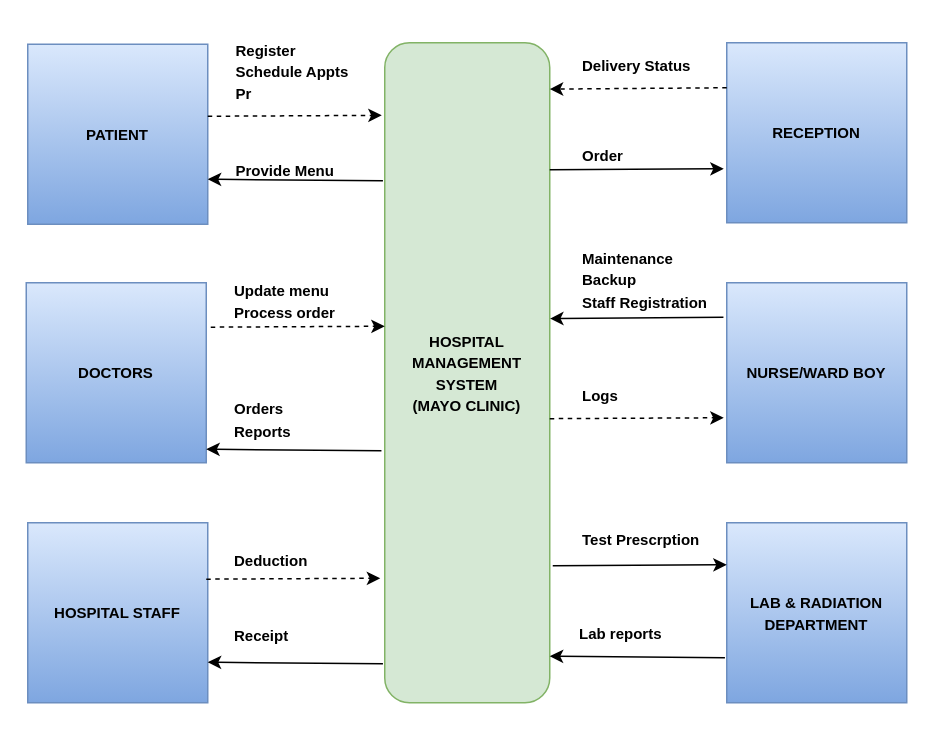
This is page "Context Diagram" (3 of 7) of HMS.drawio from ysebega/ysebega, a draw.io file, before an edit. Source tidied: cells renumbered, new cells numbered last; positions are measured from the earlier drawing's top-left corner, leaving out a move shared by most shapes. Both pictures are drawn from the tidied source at 150%, with x=0, y=0 at pixel (26, 26).
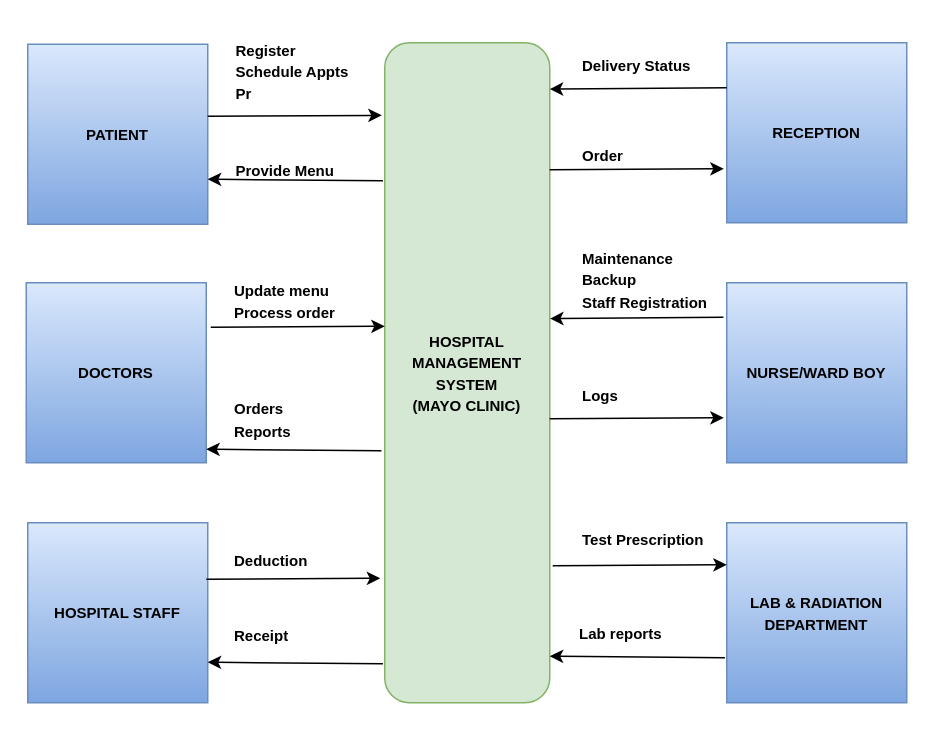
The same diagram, later.

The change refers to these unchanged cells:
```xml
<mxCell id="5" value="&lt;b&gt;&lt;font style=&quot;font-size: 10px;&quot;&gt;RECEPTION&lt;/font&gt;&lt;/b&gt;" style="whiteSpace=wrap;html=1;fillColor=#dae8fc;gradientColor=#7ea6e0;strokeColor=#6c8ebf;" parent="1" vertex="1">
  <mxGeometry x="467" y="11" width="120" height="120" as="geometry" />
</mxCell>
```

What changed in the source:
```diff
@@
-    <mxCell id="6" style="endArrow=classic;html=1;rounded=0;exitX=1;exitY=0.25;exitDx=0;exitDy=0;entryX=-0.018;entryY=0.069;entryDx=0;entryDy=0;entryPerimeter=0;dashed=1;" parent="1" edge="1">
+    <mxCell id="6" style="endArrow=classic;html=1;rounded=0;exitX=1;exitY=0.25;exitDx=0;exitDy=0;entryX=-0.018;entryY=0.069;entryDx=0;entryDy=0;entryPerimeter=0;" parent="1" edge="1">
       <mxGeometry relative="1" as="geometry">
         <mxPoint x="121" y="60" as="sourcePoint" />
         <mxPoint x="237" y="59.4" as="targetPoint" />
       </mxGeometry>
     </mxCell>
@@
-    <mxCell id="12" style="endArrow=classic;html=1;rounded=0;exitX=1;exitY=0.25;exitDx=0;exitDy=0;entryX=-0.018;entryY=0.069;entryDx=0;entryDy=0;entryPerimeter=0;dashed=1;" parent="1" edge="1">
+    <mxCell id="12" style="endArrow=classic;html=1;rounded=0;exitX=1;exitY=0.25;exitDx=0;exitDy=0;entryX=-0.018;entryY=0.069;entryDx=0;entryDy=0;entryPerimeter=0;" parent="1" edge="1">
       <mxGeometry relative="1" as="geometry">
         <mxPoint x="120" y="368.6" as="sourcePoint" />
         <mxPoint x="236" y="368" as="targetPoint" />
       </mxGeometry>
     </mxCell>
-    <mxCell id="13" style="endArrow=classic;html=1;rounded=0;exitX=1;exitY=0.25;exitDx=0;exitDy=0;entryX=-0.018;entryY=0.069;entryDx=0;entryDy=0;entryPerimeter=0;dashed=1;" parent="1" edge="1">
+    <mxCell id="13" style="endArrow=classic;html=1;rounded=0;exitX=1;exitY=0.25;exitDx=0;exitDy=0;entryX=-0.018;entryY=0.069;entryDx=0;entryDy=0;entryPerimeter=0;" parent="1" edge="1">
       <mxGeometry relative="1" as="geometry">
         <mxPoint x="123" y="200.6" as="sourcePoint" />
         <mxPoint x="239" y="200" as="targetPoint" />
       </mxGeometry>
     </mxCell>
@@
-    <mxCell id="15" style="endArrow=classic;html=1;rounded=0;dashed=1;fontSize=10;entryX=1.029;entryY=0.418;entryDx=0;entryDy=0;entryPerimeter=0;exitX=0;exitY=0.25;exitDx=0;exitDy=0;" parent="1" edge="1" source="5">
+    <mxCell id="15" style="endArrow=classic;html=1;rounded=0;fontSize=10;entryX=1.029;entryY=0.418;entryDx=0;entryDy=0;entryPerimeter=0;exitX=0;exitY=0.25;exitDx=0;exitDy=0;" parent="1" edge="1" source="5">
       <mxGeometry relative="1" as="geometry">
         <mxPoint x="349" y="41.9" as="targetPoint" />
       </mxGeometry>
     </mxCell>
@@
-    <mxCell id="18" style="endArrow=classic;html=1;rounded=0;exitX=1;exitY=0.25;exitDx=0;exitDy=0;entryX=-0.018;entryY=0.069;entryDx=0;entryDy=0;entryPerimeter=0;dashed=1;" parent="1" edge="1">
+    <mxCell id="18" style="endArrow=classic;html=1;rounded=0;exitX=1;exitY=0.25;exitDx=0;exitDy=0;entryX=-0.018;entryY=0.069;entryDx=0;entryDy=0;entryPerimeter=0;" parent="1" edge="1">
       <mxGeometry relative="1" as="geometry">
         <mxPoint x="349" y="261.6" as="sourcePoint" />
         <mxPoint x="465" y="261" as="targetPoint" />
       </mxGeometry>
     </mxCell>
@@
-    <mxCell id="31" value="&lt;span style=&quot;font-size: 10px;&quot;&gt;Test Prescrption&lt;br&gt;&lt;/span&gt;" style="text;html=1;strokeColor=none;fillColor=none;align=left;verticalAlign=middle;whiteSpace=wrap;rounded=0;fontStyle=1;" parent="1" vertex="1">
+    <mxCell id="31" value="&lt;span style=&quot;font-size: 10px;&quot;&gt;Test Prescription&lt;br&gt;&lt;/span&gt;" style="text;html=1;strokeColor=none;fillColor=none;align=left;verticalAlign=middle;whiteSpace=wrap;rounded=0;fontStyle=1;" parent="1" vertex="1">
       <mxGeometry x="369" y="327" width="90" height="29" as="geometry" />
     </mxCell>
```
